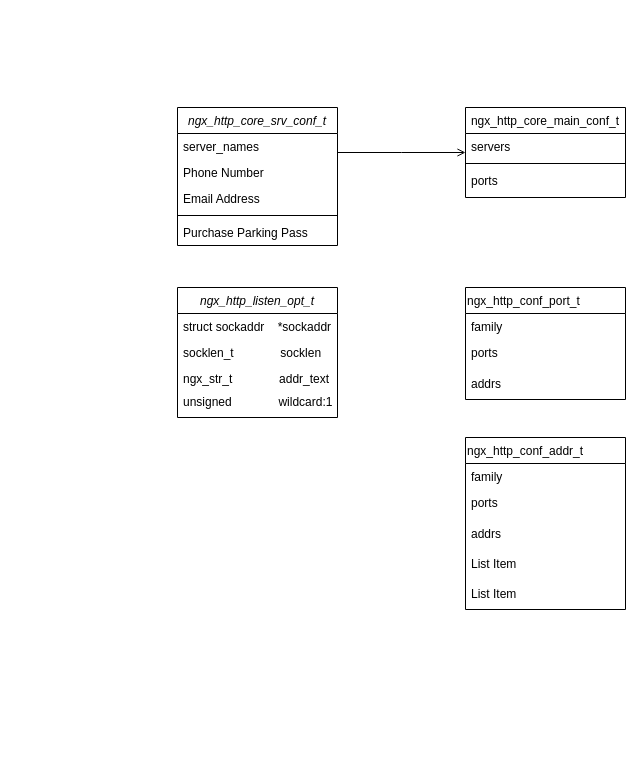
This is page "Page-1" (1 of 2) of nginx/未命名绘图.drawio from silence2014/writting, a draw.io file, before an edit. Source tidied: cells renumbered, new cells numbered last; positions are measured from the earlier drawing's top-left corner, leaving out a move shared by most shapes. Both pictures are drawn from the tidied source at 100%, with x=0, y=0 at pixel (177, 107).
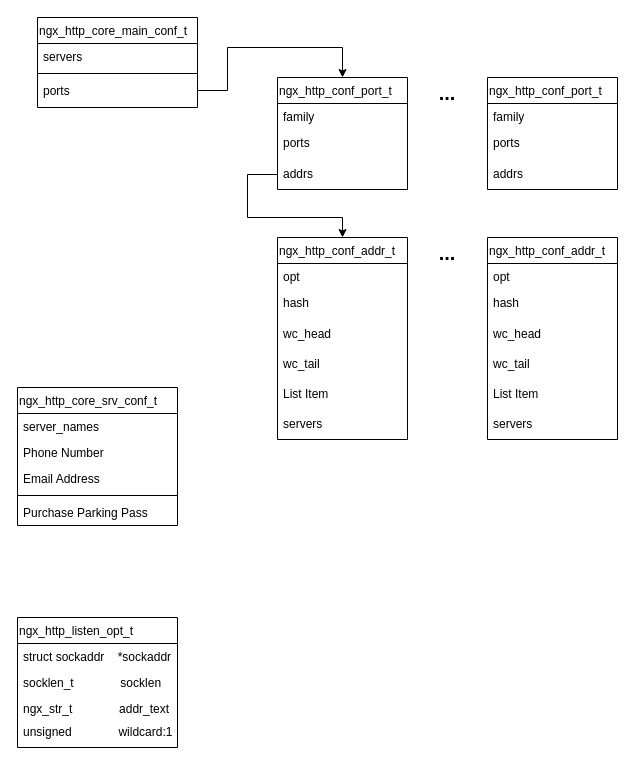
The same diagram, later.

The change refers to these unchanged cells:
```xml
<mxCell id="11" value="ports" style="text;align=left;verticalAlign=top;spacingLeft=4;spacingRight=4;overflow=hidden;points=[[0,0.5],[1,0.5]];portConstraint=eastwest;rounded=0;shadow=0;html=0;" parent="8" vertex="1">
  <mxGeometry y="60" width="160" height="26" as="geometry" />
</mxCell>
```

What changed in the source:
```diff
@@
-    <mxCell id="2" value="ngx_http_core_srv_conf_t" style="swimlane;fontStyle=2;align=center;verticalAlign=top;horizontal=1;startSize=26;rounded=0;shadow=0;strokeWidth=1;" parent="1" vertex="1">
-      <mxGeometry width="160" height="138" as="geometry" />
+    <mxCell id="2" value="ngx_http_core_srv_conf_t" style="swimlane;fontStyle=0;align=left;verticalAlign=top;horizontal=1;startSize=26;rounded=0;shadow=0;strokeWidth=1;" parent="1" vertex="1">
+      <mxGeometry x="-160" y="280" width="160" height="138" as="geometry" />
     </mxCell>
@@
-    <mxCell id="8" value="ngx_http_core_main_conf_t" style="swimlane;fontStyle=0;align=center;verticalAlign=top;horizontal=1;startSize=26;rounded=0;shadow=0;strokeWidth=1;" parent="1" vertex="1">
-      <mxGeometry x="288" width="160" height="90" as="geometry" />
+    <mxCell id="8" value="ngx_http_core_main_conf_t" style="swimlane;fontStyle=0;align=left;verticalAlign=top;horizontal=1;startSize=26;rounded=0;shadow=0;strokeWidth=1;" parent="1" vertex="1">
+      <mxGeometry x="-140" y="-90" width="160" height="90" as="geometry" />
     </mxCell>
@@
-    <mxCell id="12" style="endArrow=open;shadow=0;strokeWidth=1;rounded=0;endFill=1;edgeStyle=elbowEdgeStyle;elbow=vertical;" parent="1" edge="1" source="2" target="8">
-      <mxGeometry x="0.5" y="41" relative="1" as="geometry">
-        <mxPoint x="-40" y="32" as="offset" />
-      </mxGeometry>
-    </mxCell>
-    <mxCell id="13" value="ngx_http_listen_opt_t" style="swimlane;fontStyle=2;align=center;verticalAlign=top;horizontal=1;startSize=26;rounded=0;shadow=0;strokeWidth=1;" parent="1" vertex="1">
-      <mxGeometry y="180" width="160" height="130" as="geometry" />
+    <mxCell id="13" value="ngx_http_listen_opt_t" style="swimlane;fontStyle=0;align=left;verticalAlign=top;horizontal=1;startSize=26;rounded=0;shadow=0;strokeWidth=1;" parent="1" vertex="1">
+      <mxGeometry x="-160" y="510" width="160" height="130" as="geometry" />
     </mxCell>
@@
     <mxCell id="18" value="ngx_http_conf_port_t" style="swimlane;fontStyle=0;align=left;verticalAlign=top;horizontal=1;startSize=26;rounded=0;shadow=0;strokeWidth=1;" parent="1" vertex="1">
-      <mxGeometry x="288" y="180" width="160" height="112" as="geometry" />
+      <mxGeometry x="100" y="-30" width="130" height="112" as="geometry" />
     </mxCell>
     <mxCell id="19" value="family" style="text;align=left;verticalAlign=top;spacingLeft=4;spacingRight=4;overflow=hidden;" parent="18" vertex="1">
-      <mxGeometry y="26" width="160" height="26" as="geometry" />
+      <mxGeometry y="26" width="130" height="26" as="geometry" />
     </mxCell>
     <mxCell id="20" value="ports" style="text;align=left;verticalAlign=top;spacingLeft=4;spacingRight=4;overflow=hidden;rounded=0;shadow=0;html=0;" parent="18" vertex="1">
-      <mxGeometry y="52" width="160" height="30" as="geometry" />
+      <mxGeometry y="52" width="130" height="30" as="geometry" />
     </mxCell>
     <mxCell id="21" value="addrs" style="text;strokeColor=none;fillColor=none;align=left;verticalAlign=middle;spacingLeft=4;spacingRight=4;overflow=hidden;points=[[0,0.5],[1,0.5]];portConstraint=eastwest;whiteSpace=wrap;html=1;" parent="18" vertex="1">
-      <mxGeometry y="82" width="160" height="30" as="geometry" />
+      <mxGeometry y="82" width="130" height="30" as="geometry" />
     </mxCell>
     <mxCell id="22" value="ngx_http_conf_addr_t" style="swimlane;fontStyle=0;align=left;verticalAlign=top;horizontal=1;startSize=26;rounded=0;shadow=0;strokeWidth=1;" parent="1" vertex="1">
-      <mxGeometry x="288" y="330" width="160" height="172" as="geometry" />
+      <mxGeometry x="100" y="130" width="130" height="202" as="geometry" />
     </mxCell>
-    <mxCell id="23" value="family" style="text;align=left;verticalAlign=top;spacingLeft=4;spacingRight=4;overflow=hidden;" parent="22" vertex="1">
-      <mxGeometry y="26" width="160" height="26" as="geometry" />
+    <mxCell id="23" value="opt" style="text;align=left;verticalAlign=top;spacingLeft=4;spacingRight=4;overflow=hidden;" parent="22" vertex="1">
+      <mxGeometry y="26" width="130" height="26" as="geometry" />
     </mxCell>
-    <mxCell id="24" value="ports" style="text;align=left;verticalAlign=top;spacingLeft=4;spacingRight=4;overflow=hidden;rounded=0;shadow=0;html=0;" parent="22" vertex="1">
-      <mxGeometry y="52" width="160" height="30" as="geometry" />
+    <mxCell id="24" value="hash" style="text;align=left;verticalAlign=top;spacingLeft=4;spacingRight=4;overflow=hidden;rounded=0;shadow=0;html=0;" parent="22" vertex="1">
+      <mxGeometry y="52" width="130" height="30" as="geometry" />
     </mxCell>
-    <mxCell id="25" value="addrs" style="text;strokeColor=none;fillColor=none;align=left;verticalAlign=middle;spacingLeft=4;spacingRight=4;overflow=hidden;whiteSpace=wrap;html=1;" parent="22" vertex="1">
-      <mxGeometry y="82" width="160" height="30" as="geometry" />
+    <mxCell id="25" value="wc_head" style="text;strokeColor=none;fillColor=none;align=left;verticalAlign=middle;spacingLeft=4;spacingRight=4;overflow=hidden;whiteSpace=wrap;html=1;" parent="22" vertex="1">
+      <mxGeometry y="82" width="130" height="30" as="geometry" />
     </mxCell>
-    <mxCell id="26" value="List Item" style="text;strokeColor=none;fillColor=none;align=left;verticalAlign=middle;spacingLeft=4;spacingRight=4;overflow=hidden;whiteSpace=wrap;html=1;" parent="22" vertex="1">
-      <mxGeometry y="112" width="160" height="30" as="geometry" />
+    <mxCell id="26" value="wc_tail" style="text;strokeColor=none;fillColor=none;align=left;verticalAlign=middle;spacingLeft=4;spacingRight=4;overflow=hidden;whiteSpace=wrap;html=1;" parent="22" vertex="1">
+      <mxGeometry y="112" width="130" height="30" as="geometry" />
     </mxCell>
+    <mxCell id="28" value="List Item" style="text;strokeColor=none;fillColor=none;align=left;verticalAlign=middle;spacingLeft=4;spacingRight=4;overflow=hidden;whiteSpace=wrap;html=1;" parent="22" vertex="1">
+      <mxGeometry y="142" width="130" height="30" as="geometry" />
+    </mxCell>
-    <mxCell id="27" value="List Item" style="text;strokeColor=none;fillColor=none;align=left;verticalAlign=middle;spacingLeft=4;spacingRight=4;overflow=hidden;whiteSpace=wrap;html=1;" parent="22" vertex="1">
-      <mxGeometry y="142" width="160" height="30" as="geometry" />
+    <mxCell id="27" value="servers" style="text;strokeColor=none;fillColor=none;align=left;verticalAlign=middle;spacingLeft=4;spacingRight=4;overflow=hidden;whiteSpace=wrap;html=1;" parent="22" vertex="1">
+      <mxGeometry y="172" width="130" height="30" as="geometry" />
     </mxCell>
+    <mxCell id="29" value="ngx_http_conf_port_t" style="swimlane;fontStyle=0;align=left;verticalAlign=top;horizontal=1;startSize=26;rounded=0;shadow=0;strokeWidth=1;" parent="1" vertex="1">
+      <mxGeometry x="310" y="-30" width="130" height="112" as="geometry" />
+    </mxCell>
+    <mxCell id="30" value="family" style="text;align=left;verticalAlign=top;spacingLeft=4;spacingRight=4;overflow=hidden;" parent="29" vertex="1">
+      <mxGeometry y="26" width="130" height="26" as="geometry" />
+    </mxCell>
+    <mxCell id="31" value="ports" style="text;align=left;verticalAlign=top;spacingLeft=4;spacingRight=4;overflow=hidden;rounded=0;shadow=0;html=0;" parent="29" vertex="1">
+      <mxGeometry y="52" width="130" height="30" as="geometry" />
+    </mxCell>
+    <mxCell id="32" value="addrs" style="text;strokeColor=none;fillColor=none;align=left;verticalAlign=middle;spacingLeft=4;spacingRight=4;overflow=hidden;whiteSpace=wrap;html=1;" parent="29" vertex="1">
+      <mxGeometry y="82" width="130" height="30" as="geometry" />
+    </mxCell>
+    <mxCell id="33" value="&lt;font style=&quot;font-size: 20px;&quot;&gt;&lt;b&gt;...&lt;/b&gt;&lt;/font&gt;" style="text;html=1;strokeColor=none;fillColor=none;align=center;verticalAlign=middle;whiteSpace=wrap;rounded=0;" parent="1" vertex="1">
+      <mxGeometry x="240" y="-30" width="60" height="30" as="geometry" />
+    </mxCell>
+    <mxCell id="34" style="endArrow=classic;html=1;rounded=0;exitX=1;exitY=0.5;exitDx=0;exitDy=0;entryX=0.5;entryY=0;entryDx=0;entryDy=0;" parent="1" edge="1" source="11" target="18">
+      <mxGeometry relative="1" as="geometry">
+        <Array as="points">
+          <mxPoint x="50" y="-17" />
+          <mxPoint x="50" y="-60" />
+          <mxPoint x="165" y="-60" />
+        </Array>
+      </mxGeometry>
+    </mxCell>
+    <mxCell id="35" style="endArrow=classic;html=1;rounded=0;exitX=0;exitY=0.5;exitDx=0;exitDy=0;entryX=0.5;entryY=0;entryDx=0;entryDy=0;" parent="1" edge="1" source="21" target="22">
+      <mxGeometry relative="1" as="geometry">
+        <Array as="points">
+          <mxPoint x="70" y="67" />
+          <mxPoint x="70" y="110" />
+          <mxPoint x="165" y="110" />
+        </Array>
+      </mxGeometry>
+    </mxCell>
+    <mxCell id="36" value="ngx_http_conf_addr_t" style="swimlane;fontStyle=0;align=left;verticalAlign=top;horizontal=1;startSize=26;rounded=0;shadow=0;strokeWidth=1;" parent="1" vertex="1">
+      <mxGeometry x="310" y="130" width="130" height="202" as="geometry" />
+    </mxCell>
+    <mxCell id="37" value="opt" style="text;align=left;verticalAlign=top;spacingLeft=4;spacingRight=4;overflow=hidden;" parent="36" vertex="1">
+      <mxGeometry y="26" width="130" height="26" as="geometry" />
+    </mxCell>
+    <mxCell id="38" value="hash" style="text;align=left;verticalAlign=top;spacingLeft=4;spacingRight=4;overflow=hidden;rounded=0;shadow=0;html=0;" parent="36" vertex="1">
+      <mxGeometry y="52" width="130" height="30" as="geometry" />
+    </mxCell>
+    <mxCell id="39" value="wc_head" style="text;strokeColor=none;fillColor=none;align=left;verticalAlign=middle;spacingLeft=4;spacingRight=4;overflow=hidden;whiteSpace=wrap;html=1;" parent="36" vertex="1">
+      <mxGeometry y="82" width="130" height="30" as="geometry" />
+    </mxCell>
+    <mxCell id="40" value="wc_tail" style="text;strokeColor=none;fillColor=none;align=left;verticalAlign=middle;spacingLeft=4;spacingRight=4;overflow=hidden;whiteSpace=wrap;html=1;" parent="36" vertex="1">
+      <mxGeometry y="112" width="130" height="30" as="geometry" />
+    </mxCell>
+    <mxCell id="41" value="List Item" style="text;strokeColor=none;fillColor=none;align=left;verticalAlign=middle;spacingLeft=4;spacingRight=4;overflow=hidden;whiteSpace=wrap;html=1;" parent="36" vertex="1">
+      <mxGeometry y="142" width="130" height="30" as="geometry" />
+    </mxCell>
+    <mxCell id="42" value="servers" style="text;strokeColor=none;fillColor=none;align=left;verticalAlign=middle;spacingLeft=4;spacingRight=4;overflow=hidden;whiteSpace=wrap;html=1;" parent="36" vertex="1">
+      <mxGeometry y="172" width="130" height="30" as="geometry" />
+    </mxCell>
+    <mxCell id="43" value="&lt;font style=&quot;font-size: 20px;&quot;&gt;&lt;b&gt;...&lt;/b&gt;&lt;/font&gt;" style="text;html=1;strokeColor=none;fillColor=none;align=center;verticalAlign=middle;whiteSpace=wrap;rounded=0;" parent="1" vertex="1">
+      <mxGeometry x="240" y="130" width="60" height="30" as="geometry" />
+    </mxCell>
```
